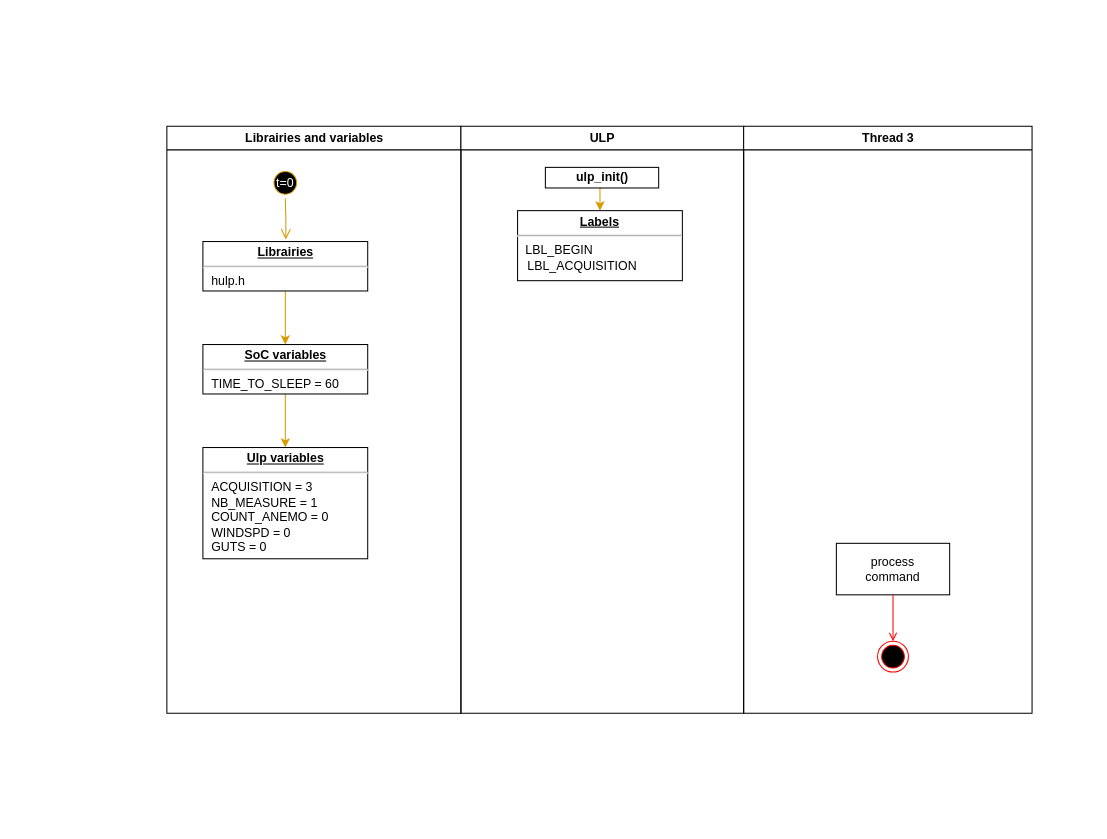
The draw.io diagram Untitled Diagram.drawio in laguill/Rain-gauge-ulp-esp32, before the edit. Source tidied: cells renumbered, new cells numbered last; positions are measured from the earlier drawing's top-left corner, leaving out a move shared by most shapes. Both pictures are drawn from the tidied source at 103%, with x=0, y=0 at pixel (166, 126).
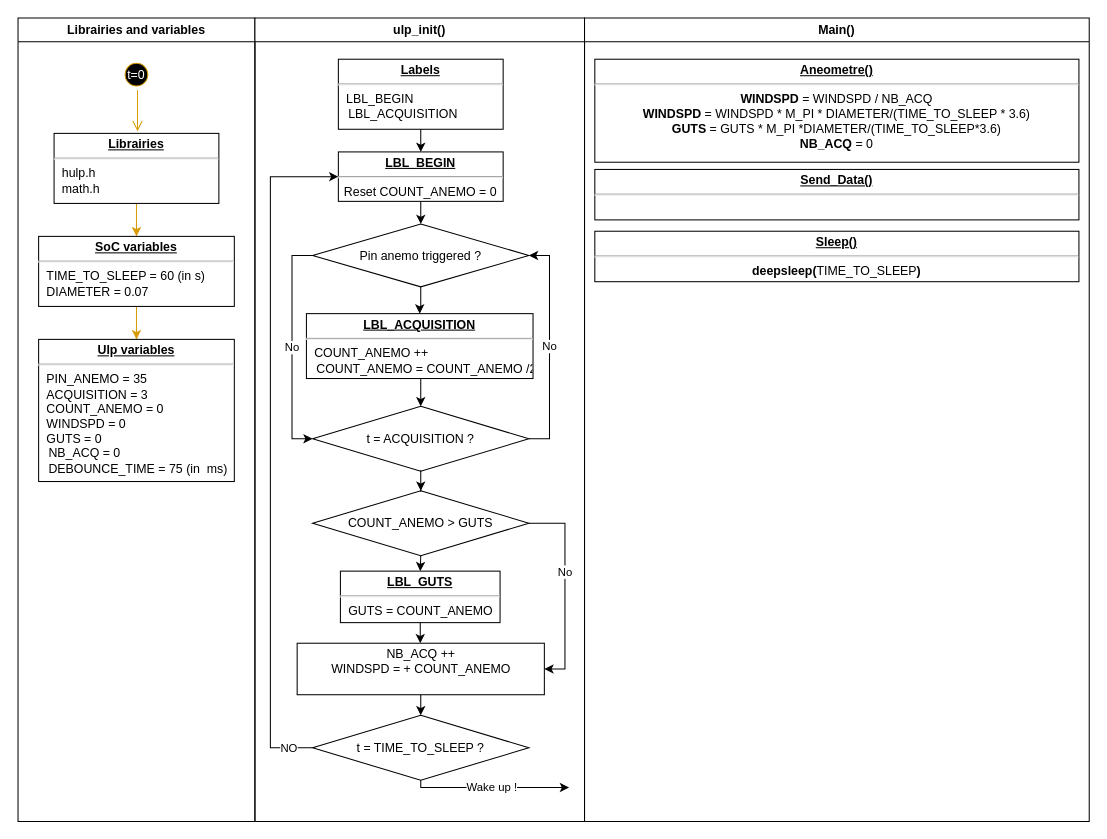
The same diagram, later.

Diff of the diagram source:
```diff
@@
     <mxCell id="2" value="Librairies and variables" style="swimlane;whiteSpace=wrap;" parent="1" vertex="1">
-      <mxGeometry x="0.5" width="285.5" height="570" as="geometry" />
+      <mxGeometry x="-144" y="-105" width="230" height="780" as="geometry" />
     </mxCell>
@@
-    <mxCell id="6" value="&lt;p style=&quot;margin: 0px ; margin-top: 4px ; text-align: center ; text-decoration: underline&quot;&gt;&lt;b&gt;Librairies&lt;/b&gt;&lt;br&gt;&lt;/p&gt;&lt;hr&gt;&lt;p style=&quot;margin: 0px ; margin-left: 8px&quot;&gt;hulp.h&lt;/p&gt;&lt;p style=&quot;margin: 0px ; margin-left: 8px&quot;&gt;&lt;br&gt;&lt;/p&gt;" style="verticalAlign=top;align=left;overflow=fill;fontSize=12;fontFamily=Helvetica;html=1;" parent="2" vertex="1">
-      <mxGeometry x="35" y="112" width="160" height="48" as="geometry" />
+    <mxCell id="6" value="&lt;p style=&quot;margin: 0px ; margin-top: 4px ; text-align: center ; text-decoration: underline&quot;&gt;&lt;b&gt;Librairies&lt;/b&gt;&lt;br&gt;&lt;/p&gt;&lt;hr&gt;&lt;p style=&quot;margin: 0px ; margin-left: 8px&quot;&gt;hulp.h&lt;/p&gt;&lt;p style=&quot;margin: 0px ; margin-left: 8px&quot;&gt;math.h&lt;br&gt;&lt;/p&gt;&lt;p style=&quot;margin: 0px ; margin-left: 8px&quot;&gt;&lt;br&gt;&lt;/p&gt;" style="verticalAlign=top;align=left;overflow=fill;fontSize=12;fontFamily=Helvetica;html=1;" parent="2" vertex="1">
+      <mxGeometry x="35" y="112" width="160" height="68" as="geometry" />
     </mxCell>
@@
-    <mxCell id="8" value="&lt;p style=&quot;margin: 0px ; margin-top: 4px ; text-align: center ; text-decoration: underline&quot;&gt;&lt;b&gt;SoC variables&lt;/b&gt;&lt;br&gt;&lt;/p&gt;&lt;hr&gt;&lt;p style=&quot;margin: 0px ; margin-left: 8px&quot;&gt;TIME_TO_SLEEP = 60 &lt;br&gt;&lt;/p&gt;" style="verticalAlign=top;align=left;overflow=fill;fontSize=12;fontFamily=Helvetica;html=1;" parent="2" vertex="1">
-      <mxGeometry x="35" y="212" width="160" height="48" as="geometry" />
+    <mxCell id="8" value="&lt;p style=&quot;margin: 0px ; margin-top: 4px ; text-align: center ; text-decoration: underline&quot;&gt;&lt;b&gt;SoC variables&lt;/b&gt;&lt;br&gt;&lt;/p&gt;&lt;hr&gt;&lt;p style=&quot;margin: 0px ; margin-left: 8px&quot;&gt;TIME_TO_SLEEP = 60 (in s)&lt;/p&gt;&lt;p style=&quot;margin: 0px ; margin-left: 8px&quot;&gt;DIAMETER = 0.07&lt;br&gt;&lt;/p&gt;" style="verticalAlign=top;align=left;overflow=fill;fontSize=12;fontFamily=Helvetica;html=1;" parent="2" vertex="1">
+      <mxGeometry x="20" y="212" width="190" height="68" as="geometry" />
     </mxCell>
-    <mxCell id="9" value="&lt;p style=&quot;margin: 0px ; margin-top: 4px ; text-align: center ; text-decoration: underline&quot;&gt;&lt;b&gt;Ulp variables&lt;/b&gt;&lt;br&gt;&lt;/p&gt;&lt;hr&gt;&lt;p style=&quot;margin: 0px ; margin-left: 8px&quot;&gt;ACQUISITION = 3&lt;/p&gt;&lt;p style=&quot;margin: 0px ; margin-left: 8px&quot;&gt;NB_MEASURE = 1&lt;/p&gt;&lt;p style=&quot;margin: 0px ; margin-left: 8px&quot;&gt;COUNT_ANEMO = 0&lt;/p&gt;&lt;p style=&quot;margin: 0px ; margin-left: 8px&quot;&gt;WINDSPD = 0&lt;/p&gt;&lt;p style=&quot;margin: 0px ; margin-left: 8px&quot;&gt;GUTS = 0&lt;/p&gt;" style="verticalAlign=top;align=left;overflow=fill;fontSize=12;fontFamily=Helvetica;html=1;" parent="2" vertex="1">
-      <mxGeometry x="35" y="312" width="160" height="108" as="geometry" />
+    <mxCell id="9" value="&lt;p style=&quot;margin: 4px 0px 0px ; text-decoration: underline&quot; align=&quot;center&quot;&gt;&lt;b&gt;Ulp variables&lt;/b&gt;&lt;br&gt;&lt;/p&gt;&lt;hr align=&quot;left&quot;&gt;&lt;p style=&quot;margin: 0px ; margin-left: 8px&quot; align=&quot;left&quot;&gt;PIN_ANEMO = 35&lt;br&gt;&lt;/p&gt;&lt;p style=&quot;margin: 0px ; margin-left: 8px&quot; align=&quot;left&quot;&gt;ACQUISITION = 3 &lt;br&gt;&lt;/p&gt;&lt;p style=&quot;margin: 0px ; margin-left: 8px&quot; align=&quot;left&quot;&gt;COUNT_ANEMO = 0&lt;/p&gt;&lt;p style=&quot;margin: 0px ; margin-left: 8px&quot; align=&quot;left&quot;&gt;WINDSPD = 0&lt;/p&gt;&lt;p style=&quot;margin: 0px ; margin-left: 8px&quot; align=&quot;left&quot;&gt;GUTS = 0&lt;/p&gt;&lt;div align=&quot;left&quot;&gt;&amp;nbsp;&amp;nbsp; NB_ACQ = 0&lt;/div&gt;&lt;div align=&quot;left&quot;&gt;&amp;nbsp;&amp;nbsp; DEBOUNCE_TIME = 75 (in&amp;nbsp; ms)&lt;br&gt;&lt;/div&gt;" style="verticalAlign=top;align=left;overflow=fill;fontSize=12;fontFamily=Helvetica;html=1;" parent="2" vertex="1">
+      <mxGeometry x="20" y="312" width="190" height="138" as="geometry" />
     </mxCell>
-    <mxCell id="10" value="ULP" style="swimlane;whiteSpace=wrap;" parent="1" vertex="1">
-      <mxGeometry x="286" width="274.5" height="570" as="geometry" />
+    <mxCell id="10" value="ulp_init()" style="swimlane;whiteSpace=wrap;" parent="1" vertex="1">
+      <mxGeometry x="86" y="-105" width="320" height="780" as="geometry" />
     </mxCell>
-    <mxCell id="11" style="edgeStyle=orthogonalEdgeStyle;rounded=0;jettySize=auto;html=1;exitX=0.5;exitY=1;exitDx=0;exitDy=0;entryX=0.5;entryY=0;entryDx=0;entryDy=0;strokeColor=#D79B00;fontColor=#000000;" parent="10" edge="1" source="12" target="13">
-      <mxGeometry relative="1" as="geometry" />
-    </mxCell>
-    <mxCell id="12" value="&lt;b&gt;ulp_init()&lt;/b&gt;" style="html=1;strokeColor=#000000;" parent="10" vertex="1">
-      <mxGeometry x="82" y="40" width="110" height="20" as="geometry" />
-    </mxCell>
     <mxCell id="13" value="&lt;p style=&quot;margin: 0px ; margin-top: 4px ; text-align: center ; text-decoration: underline&quot;&gt;&lt;b&gt;Labels&lt;/b&gt;&lt;br&gt;&lt;/p&gt;&lt;hr&gt;&lt;p style=&quot;margin: 0px ; margin-left: 8px&quot;&gt;LBL_BEGIN&lt;/p&gt;&amp;nbsp;&amp;nbsp; LBL_ACQUISITION" style="verticalAlign=top;align=left;overflow=fill;fontSize=12;fontFamily=Helvetica;html=1;" parent="10" vertex="1">
-      <mxGeometry x="55" y="82" width="160" height="68" as="geometry" />
+      <mxGeometry x="81" y="40" width="160" height="68" as="geometry" />
     </mxCell>
+    <mxCell id="18" value="&lt;p style=&quot;margin: 0px ; margin-top: 4px ; text-align: center ; text-decoration: underline&quot;&gt;&lt;b&gt;LBL_BEGIN&lt;/b&gt;&lt;br&gt;&lt;/p&gt;&lt;hr&gt;&lt;div align=&quot;center&quot;&gt;Reset COUNT_ANEMO = 0&lt;/div&gt;" style="verticalAlign=top;align=left;overflow=fill;fontSize=12;fontFamily=Helvetica;html=1;" parent="10" vertex="1">
+      <mxGeometry x="81" y="130" width="160" height="48" as="geometry" />
+    </mxCell>
+    <mxCell id="19" style="edgeStyle=orthogonalEdgeStyle;rounded=0;jettySize=auto;html=1;" parent="10" edge="1" source="13" target="18">
+      <mxGeometry relative="1" as="geometry" />
+    </mxCell>
+    <mxCell id="20" value="No" style="edgeStyle=orthogonalEdgeStyle;rounded=0;jettySize=auto;html=1;exitX=0;exitY=0.5;exitDx=0;exitDy=0;entryX=0;entryY=0.5;entryDx=0;entryDy=0;" parent="10" edge="1" source="21" target="27">
+      <mxGeometry relative="1" as="geometry" />
+    </mxCell>
+    <mxCell id="21" value="Pin anemo triggered ?" style="rhombus;whiteSpace=wrap;html=1;align=center;verticalAlign=middle;" parent="10" vertex="1">
+      <mxGeometry x="56" y="200" width="210" height="61" as="geometry" />
+    </mxCell>
+    <mxCell id="22" style="edgeStyle=orthogonalEdgeStyle;rounded=0;jettySize=auto;html=1;exitX=0.5;exitY=1;exitDx=0;exitDy=0;" parent="10" edge="1" source="18" target="21">
+      <mxGeometry relative="1" as="geometry" />
+    </mxCell>
+    <mxCell id="23" style="edgeStyle=orthogonalEdgeStyle;rounded=0;jettySize=auto;html=1;entryX=0.5;entryY=0;entryDx=0;entryDy=0;" parent="10" edge="1" source="21" target="25">
+      <mxGeometry relative="1" as="geometry" />
+    </mxCell>
+    <mxCell id="24" style="edgeStyle=orthogonalEdgeStyle;rounded=0;jettySize=auto;html=1;exitX=0.5;exitY=1;exitDx=0;exitDy=0;entryX=0.5;entryY=0;entryDx=0;entryDy=0;" parent="10" edge="1" source="25" target="27">
+      <mxGeometry relative="1" as="geometry" />
+    </mxCell>
+    <mxCell id="25" value="&lt;p style=&quot;margin: 0px ; margin-top: 4px ; text-align: center ; text-decoration: underline&quot;&gt;&lt;b&gt;LBL_ACQUISITION&lt;/b&gt;&lt;br&gt;&lt;/p&gt;&lt;hr&gt;&lt;p style=&quot;margin: 0px ; margin-left: 8px&quot;&gt;COUNT_ANEMO ++&lt;/p&gt;&lt;div&gt;&amp;nbsp;&amp;nbsp; COUNT_ANEMO = COUNT_ANEMO /2&lt;br&gt;&lt;/div&gt;" style="verticalAlign=top;align=left;overflow=fill;fontSize=12;fontFamily=Helvetica;html=1;" parent="10" vertex="1">
+      <mxGeometry x="50" y="287" width="220" height="63" as="geometry" />
+    </mxCell>
+    <mxCell id="26" value="No" style="edgeStyle=orthogonalEdgeStyle;rounded=0;jettySize=auto;html=1;exitX=1;exitY=0.5;exitDx=0;exitDy=0;entryX=1;entryY=0.5;entryDx=0;entryDy=0;" parent="10" edge="1" source="27" target="21">
+      <mxGeometry x="0.01" relative="1" as="geometry" />
+    </mxCell>
+    <mxCell id="27" value="t = ACQUISITION ?" style="rhombus;whiteSpace=wrap;html=1;align=center;verticalAlign=middle;" parent="10" vertex="1">
+      <mxGeometry x="56" y="377" width="210" height="63" as="geometry" />
+    </mxCell>
+    <mxCell id="28" style="edgeStyle=orthogonalEdgeStyle;rounded=0;jettySize=auto;html=1;exitX=0.5;exitY=1;exitDx=0;exitDy=0;entryX=0.5;entryY=0;entryDx=0;entryDy=0;" parent="10" edge="1" source="30" target="32">
+      <mxGeometry relative="1" as="geometry" />
+    </mxCell>
+    <mxCell id="29" value="No" style="edgeStyle=orthogonalEdgeStyle;rounded=0;jettySize=auto;html=1;exitX=1;exitY=0.5;exitDx=0;exitDy=0;entryX=1;entryY=0.5;entryDx=0;entryDy=0;" parent="10" edge="1" source="30" target="35">
+      <mxGeometry x="-0.17" relative="1" as="geometry" />
+    </mxCell>
+    <mxCell id="30" value="COUNT_ANEMO &amp;gt; GUTS" style="rhombus;whiteSpace=wrap;html=1;align=center;verticalAlign=middle;" parent="10" vertex="1">
+      <mxGeometry x="56" y="459" width="210" height="63" as="geometry" />
+    </mxCell>
+    <mxCell id="31" style="edgeStyle=orthogonalEdgeStyle;rounded=0;jettySize=auto;html=1;" parent="10" edge="1" source="27" target="30">
+      <mxGeometry relative="1" as="geometry" />
+    </mxCell>
+    <mxCell id="32" value="&lt;p style=&quot;margin: 0px ; margin-top: 4px ; text-align: center ; text-decoration: underline&quot;&gt;&lt;b&gt;LBL_GUTS&lt;/b&gt;&lt;br&gt;&lt;/p&gt;&lt;hr&gt;&lt;p style=&quot;margin: 0px ; margin-left: 8px&quot;&gt;GUTS = COUNT_ANEMO&lt;br&gt;&lt;/p&gt;" style="verticalAlign=top;align=left;overflow=fill;fontSize=12;fontFamily=Helvetica;html=1;" parent="10" vertex="1">
+      <mxGeometry x="83" y="537" width="155" height="50" as="geometry" />
+    </mxCell>
+    <mxCell id="33" style="edgeStyle=orthogonalEdgeStyle;rounded=0;jettySize=auto;html=1;entryX=0.5;entryY=0;entryDx=0;entryDy=0;" parent="10" edge="1" source="32" target="35">
+      <mxGeometry relative="1" as="geometry" />
+    </mxCell>
+    <mxCell id="34" style="edgeStyle=orthogonalEdgeStyle;rounded=0;jettySize=auto;html=1;exitX=0.5;exitY=1;exitDx=0;exitDy=0;entryX=0.5;entryY=0;entryDx=0;entryDy=0;fontColor=#000000;" parent="10" edge="1" source="35" target="36">
+      <mxGeometry relative="1" as="geometry" />
+    </mxCell>
+    <mxCell id="35" value="&lt;div&gt;NB_ACQ ++&lt;/div&gt;&lt;div&gt;WINDSPD = + COUNT_ANEMO&lt;br&gt;&lt;/div&gt;&lt;div&gt;&lt;br&gt;&lt;/div&gt;" style="html=1;" parent="10" vertex="1">
+      <mxGeometry x="41" y="607" width="240" height="50" as="geometry" />
+    </mxCell>
+    <mxCell id="36" value="t = TIME_TO_SLEEP ?" style="rhombus;whiteSpace=wrap;html=1;align=center;verticalAlign=middle;" parent="10" vertex="1">
+      <mxGeometry x="56" y="677" width="210" height="63" as="geometry" />
+    </mxCell>
+    <mxCell id="37" value="NO" style="edgeStyle=orthogonalEdgeStyle;rounded=0;jettySize=auto;html=1;exitX=0;exitY=0.5;exitDx=0;exitDy=0;fontColor=#000000;entryX=0;entryY=0.5;entryDx=0;entryDy=0;" parent="10" edge="1" source="36" target="18">
+      <mxGeometry x="-0.93" relative="1" as="geometry">
+        <Array as="points">
+          <mxPoint x="15" y="709" />
+          <mxPoint x="15" y="154" />
+        </Array>
+      </mxGeometry>
+    </mxCell>
-    <mxCell id="14" value="Thread 3" style="swimlane;whiteSpace=wrap;" parent="1" vertex="1">
-      <mxGeometry x="560.5" width="280" height="570" as="geometry" />
+    <mxCell id="14" value="Main()" style="swimlane;whiteSpace=wrap;" parent="1" vertex="1">
+      <mxGeometry x="406" y="-105" width="490" height="780" as="geometry" />
     </mxCell>
-    <mxCell id="15" value="process&#10;command" parent="14" vertex="1">
-      <mxGeometry x="90" y="405" width="110" height="50" as="geometry" />
-    </mxCell>
-    <mxCell id="16" style="ellipse;shape=endState;fillColor=#000000;strokeColor=#ff0000;" parent="14" vertex="1">
-      <mxGeometry x="130" y="500" width="30" height="30" as="geometry" />
-    </mxCell>
-    <mxCell id="17" style="endArrow=open;strokeColor=#FF0000;endFill=1;rounded=0;" parent="14" edge="1" source="15" target="16">
-      <mxGeometry relative="1" as="geometry" />
-    </mxCell>
+    <mxCell id="38" value="&lt;p style=&quot;margin: 0px ; margin-top: 4px ; text-align: center ; text-decoration: underline&quot;&gt;&lt;b&gt;Aneometre()&lt;/b&gt;&lt;/p&gt;&lt;hr&gt;&lt;div align=&quot;center&quot;&gt;&lt;b&gt;WINDSPD&lt;/b&gt; = WINDSPD / NB_ACQ&lt;/div&gt;&lt;div align=&quot;center&quot;&gt;&lt;b&gt;WINDSPD&lt;/b&gt; = WINDSPD * M_PI * DIAMETER/(TIME_TO_SLEEP * 3.6)&lt;/div&gt;&lt;div align=&quot;center&quot;&gt;&lt;b&gt;GUTS &lt;/b&gt;= GUTS * M_PI *DIAMETER/(TIME_TO_SLEEP*3.6)&lt;br&gt;&lt;/div&gt;&lt;div align=&quot;center&quot;&gt;&lt;b&gt;NB_ACQ&lt;/b&gt; = 0&lt;br&gt;&lt;/div&gt;" style="verticalAlign=top;align=left;overflow=fill;fontSize=12;fontFamily=Helvetica;html=1;" parent="14" vertex="1">
+      <mxGeometry x="10" y="40" width="470" height="100" as="geometry" />
+    </mxCell>
+    <mxCell id="39" value="&lt;p style=&quot;margin: 0px ; margin-top: 4px ; text-align: center ; text-decoration: underline&quot;&gt;&lt;b&gt;Sleep()&lt;/b&gt;&lt;/p&gt;&lt;hr&gt;&lt;div align=&quot;center&quot;&gt;&lt;b&gt;deepsleep(&lt;/b&gt;TIME_TO_SLEEP&lt;b&gt;) &lt;/b&gt;&lt;br&gt;&lt;/div&gt;" style="verticalAlign=top;align=left;overflow=fill;fontSize=12;fontFamily=Helvetica;html=1;" parent="14" vertex="1">
+      <mxGeometry x="10" y="207" width="470" height="49" as="geometry" />
+    </mxCell>
+    <mxCell id="40" value="&lt;p style=&quot;margin: 0px ; margin-top: 4px ; text-align: center ; text-decoration: underline&quot;&gt;&lt;b&gt;Send_Data()&lt;/b&gt;&lt;/p&gt;&lt;hr&gt;" style="verticalAlign=top;align=left;overflow=fill;fontSize=12;fontFamily=Helvetica;html=1;" parent="14" vertex="1">
+      <mxGeometry x="10" y="147" width="470" height="49" as="geometry" />
+    </mxCell>
+    <mxCell id="41" value="Wake up !" style="edgeStyle=orthogonalEdgeStyle;rounded=0;jumpStyle=none;jettySize=auto;html=1;exitX=0.5;exitY=1;exitDx=0;exitDy=0;fontColor=#000000;" parent="1" edge="1" source="36">
+      <mxGeometry relative="1" as="geometry">
+        <mxPoint x="391" y="642" as="targetPoint" />
+        <Array as="points">
+          <mxPoint x="247" y="642" />
+          <mxPoint x="321" y="642" />
+        </Array>
+      </mxGeometry>
+    </mxCell>
```
